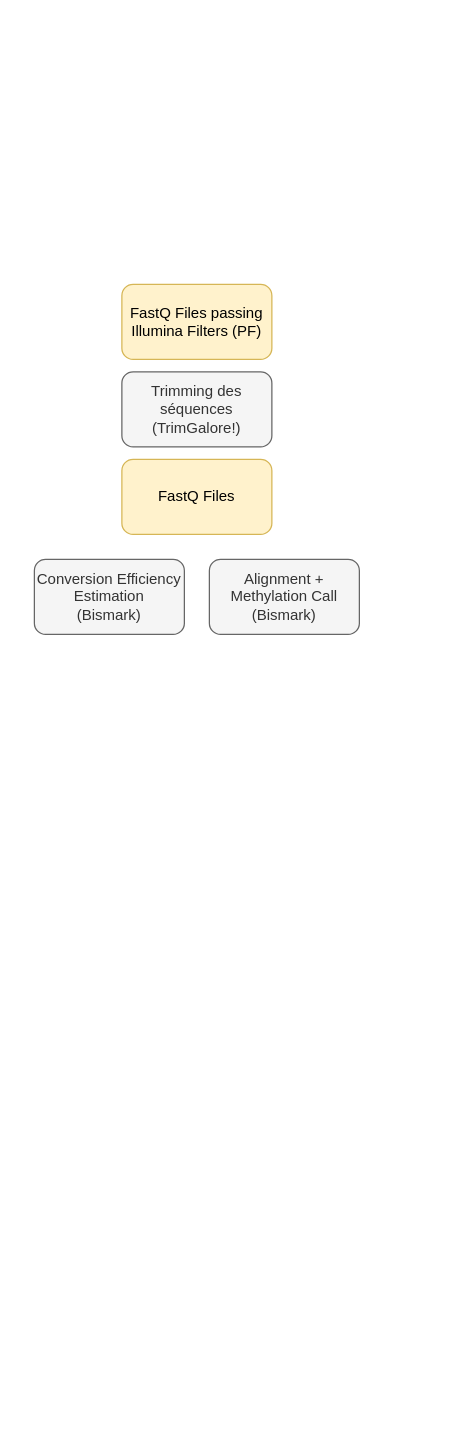
Earlier version of the draw.io diagram pipeline_diagram.drawio (SeatizenDOI/methylation-pipeline). Source tidied: cells renumbered, new cells numbered last; positions are measured from the earlier drawing's top-left corner, leaving out a move shared by most shapes. Both pictures are drawn from the tidied source at 125%, with x=0, y=0 at pixel (34, 284).
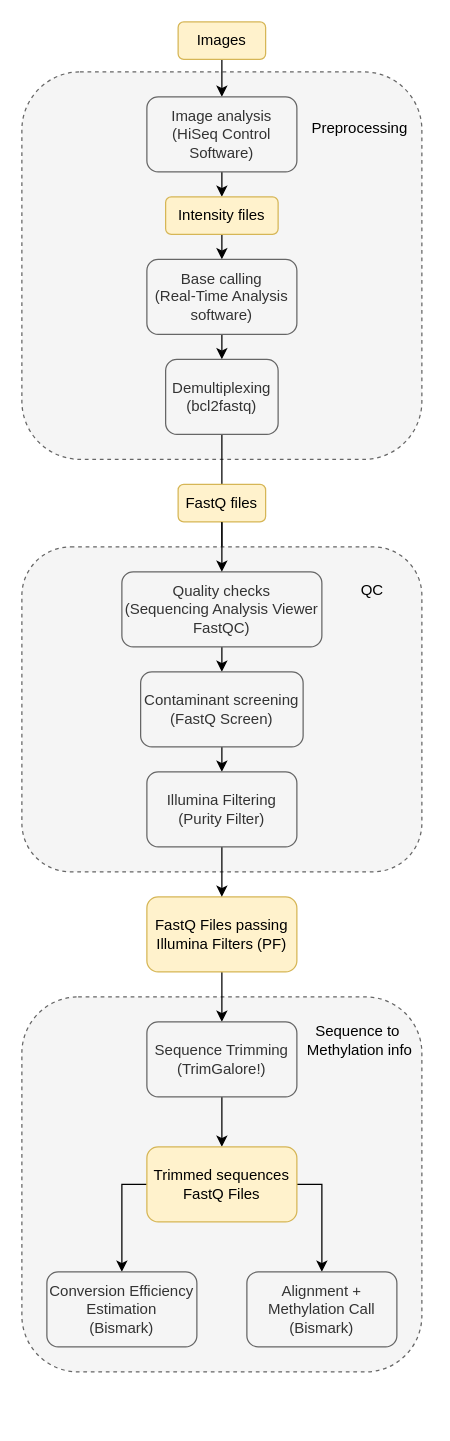
The same diagram, later.

Change to the diagram source:
```diff
@@
+    <mxCell id="7" style="rounded=1;whiteSpace=wrap;html=1;dashed=1;fillColor=#f5f5f5;fontColor=#333333;strokeColor=#666666;" parent="1" vertex="1">
+      <mxGeometry x="-10" y="570" width="320" height="300" as="geometry" />
+    </mxCell>
+    <mxCell id="8" style="edgeStyle=orthogonalEdgeStyle;rounded=0;jettySize=auto;html=1;" parent="1" edge="1" source="2" target="3">
+      <mxGeometry relative="1" as="geometry" />
+    </mxCell>
     <mxCell id="2" value="FastQ Files passing Illumina Filters (PF)" style="rounded=1;whiteSpace=wrap;html=1;fillColor=#fff2cc;strokeColor=#d6b656;fillStyle=solid;" parent="1" vertex="1">
-      <mxGeometry x="70" width="120" height="60" as="geometry" />
+      <mxGeometry x="90" y="490" width="120" height="60" as="geometry" />
     </mxCell>
+    <mxCell id="9" style="edgeStyle=orthogonalEdgeStyle;rounded=0;jettySize=auto;html=1;" parent="1" edge="1" source="3" target="4">
+      <mxGeometry relative="1" as="geometry" />
+    </mxCell>
-    <mxCell id="3" value="Trimming des séquences (TrimGalore!)" style="rounded=1;whiteSpace=wrap;html=1;fillColor=#f5f5f5;strokeColor=#666666;fillStyle=solid;fontColor=#333333;" parent="1" vertex="1">
-      <mxGeometry x="70" y="70" width="120" height="60" as="geometry" />
+    <mxCell id="3" value="Sequence Trimming (TrimGalore!)" style="rounded=1;whiteSpace=wrap;html=1;fillColor=#f5f5f5;strokeColor=#666666;fillStyle=solid;fontColor=#333333;" parent="1" vertex="1">
+      <mxGeometry x="90" y="590" width="120" height="60" as="geometry" />
     </mxCell>
+    <mxCell id="10" style="edgeStyle=orthogonalEdgeStyle;rounded=0;jettySize=auto;html=1;exitX=0;exitY=0.5;exitDx=0;exitDy=0;" parent="1" edge="1" source="4" target="5">
+      <mxGeometry relative="1" as="geometry" />
+    </mxCell>
+    <mxCell id="11" style="edgeStyle=orthogonalEdgeStyle;rounded=0;jettySize=auto;html=1;exitX=1;exitY=0.5;exitDx=0;exitDy=0;entryX=0.5;entryY=0;entryDx=0;entryDy=0;" parent="1" edge="1" source="4" target="6">
+      <mxGeometry relative="1" as="geometry" />
+    </mxCell>
-    <mxCell id="4" value="FastQ Files" style="rounded=1;whiteSpace=wrap;html=1;fillColor=#fff2cc;strokeColor=#d6b656;fillStyle=solid;" parent="1" vertex="1">
-      <mxGeometry x="70" y="140" width="120" height="60" as="geometry" />
+    <mxCell id="4" value="Trimmed sequences FastQ Files" style="rounded=1;whiteSpace=wrap;html=1;fillColor=#fff2cc;strokeColor=#d6b656;fillStyle=solid;" parent="1" vertex="1">
+      <mxGeometry x="90" y="690" width="120" height="60" as="geometry" />
     </mxCell>
     <mxCell id="5" value="&lt;div&gt;Conversion Efficiency Estimation&lt;/div&gt;&lt;div&gt;(Bismark)&lt;/div&gt;" style="rounded=1;whiteSpace=wrap;html=1;fillColor=#f5f5f5;strokeColor=#666666;fillStyle=solid;fontColor=#333333;" parent="1" vertex="1">
-      <mxGeometry y="220" width="120" height="60" as="geometry" />
+      <mxGeometry x="10" y="790" width="120" height="60" as="geometry" />
     </mxCell>
     <mxCell id="6" value="&lt;div&gt;Alignment + Methylation Call&lt;/div&gt;&lt;div&gt;(Bismark)&lt;/div&gt;" style="rounded=1;whiteSpace=wrap;html=1;fillColor=#f5f5f5;strokeColor=#666666;fillStyle=solid;fontColor=#333333;" parent="1" vertex="1">
-      <mxGeometry x="140" y="220" width="120" height="60" as="geometry" />
+      <mxGeometry x="170" y="790" width="120" height="60" as="geometry" />
     </mxCell>
+    <mxCell id="12" style="rounded=1;whiteSpace=wrap;html=1;dashed=1;fillColor=#f5f5f5;fontColor=#333333;strokeColor=#666666;" parent="1" vertex="1">
+      <mxGeometry x="-10" y="-170" width="320" height="310" as="geometry" />
+    </mxCell>
+    <mxCell id="13" style="edgeStyle=orthogonalEdgeStyle;rounded=0;jettySize=auto;html=1;exitX=0.5;exitY=1;exitDx=0;exitDy=0;entryX=0.5;entryY=0;entryDx=0;entryDy=0;" parent="1" edge="1" source="14" target="16">
+      <mxGeometry relative="1" as="geometry" />
+    </mxCell>
+    <mxCell id="14" value="Images" style="rounded=1;whiteSpace=wrap;html=1;fillColor=#fff2cc;strokeColor=#d6b656;fillStyle=solid;" parent="1" vertex="1">
+      <mxGeometry x="115" y="-210" width="70" height="30" as="geometry" />
+    </mxCell>
+    <mxCell id="15" style="edgeStyle=orthogonalEdgeStyle;rounded=0;jettySize=auto;html=1;exitX=0.5;exitY=1;exitDx=0;exitDy=0;entryX=0.5;entryY=0;entryDx=0;entryDy=0;" parent="1" edge="1" source="16" target="18">
+      <mxGeometry relative="1" as="geometry" />
+    </mxCell>
+    <mxCell id="16" value="Image analysis (HiSeq Control Software)" style="rounded=1;whiteSpace=wrap;html=1;fillColor=#f5f5f5;strokeColor=#666666;fillStyle=solid;fontColor=#333333;" parent="1" vertex="1">
+      <mxGeometry x="90" y="-150" width="120" height="60" as="geometry" />
+    </mxCell>
+    <mxCell id="17" style="edgeStyle=orthogonalEdgeStyle;rounded=0;jettySize=auto;html=1;exitX=0.5;exitY=1;exitDx=0;exitDy=0;entryX=0.5;entryY=0;entryDx=0;entryDy=0;" parent="1" edge="1" source="18" target="20">
+      <mxGeometry relative="1" as="geometry" />
+    </mxCell>
+    <mxCell id="18" value="Intensity files" style="rounded=1;whiteSpace=wrap;html=1;fillColor=#fff2cc;strokeColor=#d6b656;fillStyle=solid;" parent="1" vertex="1">
+      <mxGeometry x="105" y="-70" width="90" height="30" as="geometry" />
+    </mxCell>
+    <mxCell id="19" style="edgeStyle=orthogonalEdgeStyle;rounded=0;jettySize=auto;html=1;exitX=0.5;exitY=1;exitDx=0;exitDy=0;entryX=0.5;entryY=0;entryDx=0;entryDy=0;" parent="1" edge="1" source="20" target="22">
+      <mxGeometry relative="1" as="geometry" />
+    </mxCell>
+    <mxCell id="20" value="Base calling&lt;br&gt;(Real-Time Analysis software)" style="rounded=1;whiteSpace=wrap;html=1;fillColor=#f5f5f5;strokeColor=#666666;fillStyle=solid;fontColor=#333333;" parent="1" vertex="1">
+      <mxGeometry x="90" y="-20" width="120" height="60" as="geometry" />
+    </mxCell>
+    <mxCell id="21" style="edgeStyle=orthogonalEdgeStyle;rounded=0;jettySize=auto;html=1;" parent="1" edge="1" source="22" target="26">
+      <mxGeometry relative="1" as="geometry" />
+    </mxCell>
+    <mxCell id="22" value="Demultiplexing&lt;br&gt;(bcl2fastq)" style="rounded=1;whiteSpace=wrap;html=1;fillColor=#f5f5f5;strokeColor=#666666;fillStyle=solid;fontColor=#333333;" parent="1" vertex="1">
+      <mxGeometry x="105" y="60" width="90" height="60" as="geometry" />
+    </mxCell>
+    <mxCell id="23" value="FastQ files" style="rounded=1;whiteSpace=wrap;html=1;fillColor=#fff2cc;strokeColor=#d6b656;fillStyle=solid;" parent="1" vertex="1">
+      <mxGeometry x="115" y="160" width="70" height="30" as="geometry" />
+    </mxCell>
+    <mxCell id="24" style="rounded=1;whiteSpace=wrap;html=1;dashed=1;fillColor=#f5f5f5;fontColor=#333333;strokeColor=#666666;" parent="1" vertex="1">
+      <mxGeometry x="-10" y="210" width="320" height="260" as="geometry" />
+    </mxCell>
+    <mxCell id="25" style="edgeStyle=orthogonalEdgeStyle;rounded=0;jettySize=auto;html=1;exitX=0.5;exitY=1;exitDx=0;exitDy=0;entryX=0.5;entryY=0;entryDx=0;entryDy=0;" parent="1" edge="1" source="26" target="28">
+      <mxGeometry relative="1" as="geometry" />
+    </mxCell>
+    <mxCell id="26" value="Quality checks&lt;br&gt;(Sequencing Analysis Viewer&lt;br&gt;FastQC)" style="rounded=1;whiteSpace=wrap;html=1;fillColor=#f5f5f5;strokeColor=#666666;fillStyle=solid;fontColor=#333333;" parent="1" vertex="1">
+      <mxGeometry x="70" y="230" width="160" height="60" as="geometry" />
+    </mxCell>
+    <mxCell id="27" style="edgeStyle=orthogonalEdgeStyle;rounded=0;jettySize=auto;html=1;exitX=0.5;exitY=1;exitDx=0;exitDy=0;entryX=0.5;entryY=0;entryDx=0;entryDy=0;" parent="1" edge="1" source="28" target="30">
+      <mxGeometry relative="1" as="geometry" />
+    </mxCell>
+    <mxCell id="28" value="Contaminant screening&lt;br&gt;(FastQ Screen)" style="rounded=1;whiteSpace=wrap;html=1;fillColor=#f5f5f5;strokeColor=#666666;fillStyle=solid;fontColor=#333333;" parent="1" vertex="1">
+      <mxGeometry x="85" y="310" width="130" height="60" as="geometry" />
+    </mxCell>
+    <mxCell id="29" style="edgeStyle=orthogonalEdgeStyle;rounded=0;jettySize=auto;html=1;" parent="1" edge="1" source="30" target="2">
+      <mxGeometry relative="1" as="geometry" />
+    </mxCell>
+    <mxCell id="30" value="&lt;div&gt;Illumina Filtering&lt;/div&gt;&lt;div&gt;(Purity Filter)&lt;/div&gt;" style="rounded=1;whiteSpace=wrap;html=1;fillColor=#f5f5f5;strokeColor=#666666;fillStyle=solid;fontColor=#333333;" parent="1" vertex="1">
+      <mxGeometry x="90" y="390" width="120" height="60" as="geometry" />
+    </mxCell>
+    <mxCell id="31" style="edgeStyle=orthogonalEdgeStyle;rounded=0;jettySize=auto;html=1;" parent="1" edge="1" source="23" target="26">
+      <mxGeometry relative="1" as="geometry" />
+    </mxCell>
+    <mxCell id="32" style="edgeStyle=orthogonalEdgeStyle;rounded=0;orthogonalLoop=1;jettySize=auto;html=1;exitX=0.5;exitY=1;exitDx=0;exitDy=0;" parent="1" edge="1">
+      <mxGeometry relative="1" as="geometry">
+        <mxPoint x="160" y="900" as="sourcePoint" />
+        <mxPoint x="160" y="900" as="targetPoint" />
+      </mxGeometry>
+    </mxCell>
+    <mxCell id="33" style="edgeStyle=orthogonalEdgeStyle;rounded=0;orthogonalLoop=1;jettySize=auto;html=1;exitX=0.5;exitY=1;exitDx=0;exitDy=0;" parent="1" edge="1">
+      <mxGeometry relative="1" as="geometry">
+        <mxPoint x="160" y="900" as="sourcePoint" />
+        <mxPoint x="160" y="900" as="targetPoint" />
+      </mxGeometry>
+    </mxCell>
+    <mxCell id="34" value="Preprocessing" style="text;html=1;align=center;verticalAlign=middle;strokeColor=none;fillColor=none;" parent="1" vertex="1">
+      <mxGeometry x="210" y="-140" width="100" height="30" as="geometry" />
+    </mxCell>
+    <mxCell id="35" value="QC" style="text;html=1;align=center;verticalAlign=middle;strokeColor=none;fillColor=none;" parent="1" vertex="1">
+      <mxGeometry x="250" y="230" width="40" height="30" as="geometry" />
+    </mxCell>
+    <mxCell id="36" value="&lt;div&gt;Sequence to&amp;nbsp;&lt;/div&gt;&lt;div&gt;Methylation info&lt;/div&gt;" style="text;html=1;align=center;verticalAlign=middle;strokeColor=none;fillColor=none;" parent="1" vertex="1">
+      <mxGeometry x="205" y="585" width="110" height="40" as="geometry" />
+    </mxCell>
```
